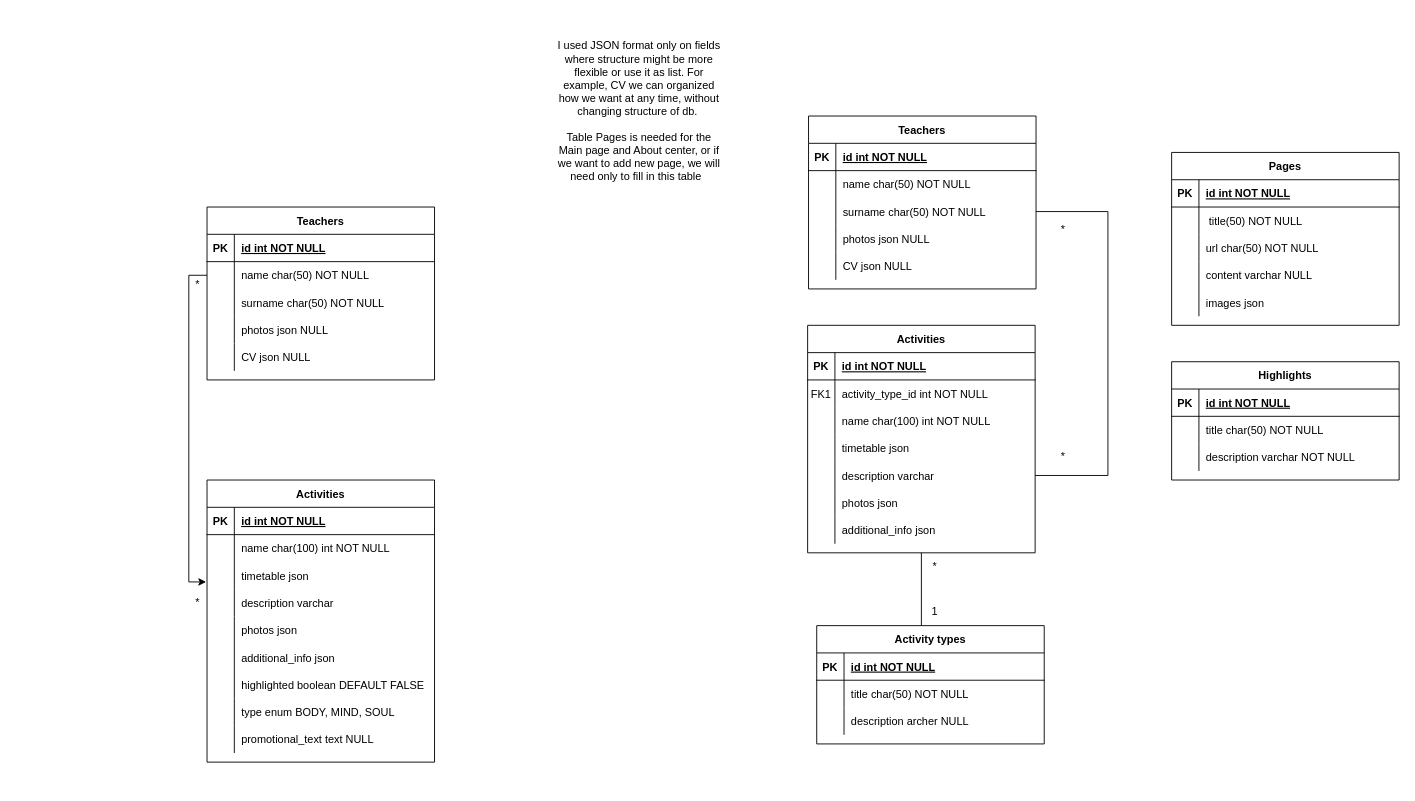
NakatoTeshika/Hypermedia-ERD keeps this draw.io diagram as Updated ERD.drawio. Above is the earlier version. Source tidied: cells renumbered, new cells numbered last; positions are measured from the earlier drawing's top-left corner, leaving out a move shared by most shapes. Both pictures are drawn from the tidied source at 91%, with x=0, y=0 at pixel (170, 15).
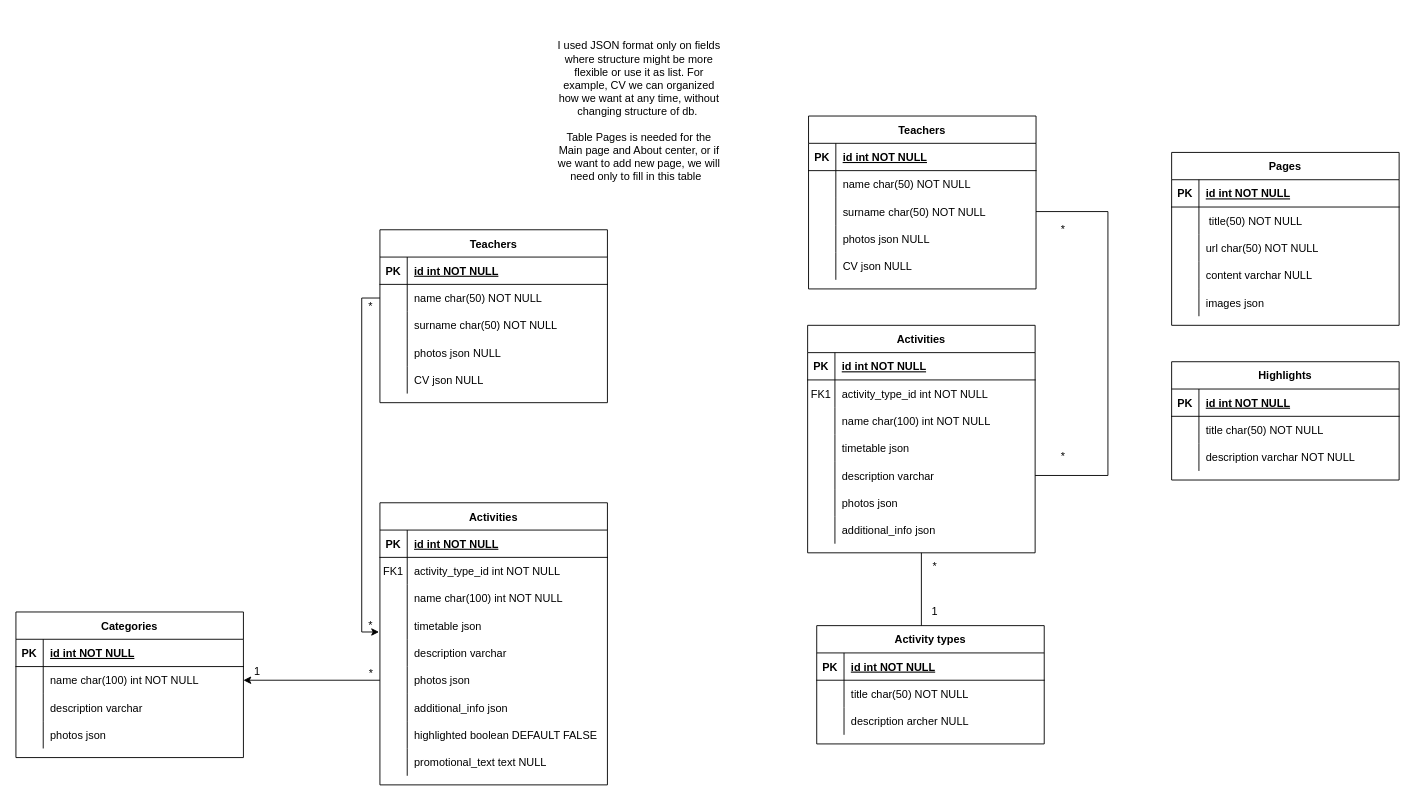
The same diagram, later.

Commit message:
Added category table

Change to the diagram source:
```diff
@@
     <mxCell id="83" value="Activities" style="shape=table;startSize=30;childLayout=tableLayout;rowLines=0;fontStyle=1;align=center;" parent="1" vertex="1">
-      <mxGeometry x="40" y="510" width="250" height="310" as="geometry" />
+      <mxGeometry x="230" y="535" width="250" height="310" as="geometry" />
     </mxCell>
@@
+    <mxCell id="130" style="shape=partialRectangle;fillColor=none;top=0;left=0;right=0;bottom=0;" parent="83" vertex="1">
+      <mxGeometry y="60" width="250" height="30" as="geometry" />
+    </mxCell>
+    <mxCell id="131" value="FK1" style="shape=partialRectangle;overflow=hidden;fillColor=none;top=0;left=0;bottom=0;right=0;" parent="130" vertex="1">
+      <mxGeometry width="30" height="30" as="geometry" />
+    </mxCell>
+    <mxCell id="132" value="activity_type_id int NOT NULL" style="shape=partialRectangle;overflow=hidden;fillColor=none;top=0;left=0;bottom=0;right=0;align=left;spacingLeft=6;" parent="130" vertex="1">
+      <mxGeometry x="30" width="220" height="30" as="geometry" />
+    </mxCell>
     <mxCell id="87" style="shape=partialRectangle;fillColor=none;top=0;left=0;right=0;bottom=0;" parent="83" vertex="1">
-      <mxGeometry y="60" width="250" height="30" as="geometry" />
+      <mxGeometry y="90" width="250" height="30" as="geometry" />
     </mxCell>
@@
     <mxCell id="90" style="shape=partialRectangle;fillColor=none;points=[[0,0.5],[1,0.5]];portConstraint=eastwest;top=0;left=0;right=0;bottom=0;" parent="83" vertex="1">
-      <mxGeometry y="90" width="250" height="30" as="geometry" />
+      <mxGeometry y="120" width="250" height="30" as="geometry" />
     </mxCell>
@@
     <mxCell id="93" style="shape=partialRectangle;fillColor=none;top=0;left=0;right=0;bottom=0;" parent="83" vertex="1">
-      <mxGeometry y="120" width="250" height="30" as="geometry" />
+      <mxGeometry y="150" width="250" height="30" as="geometry" />
     </mxCell>
@@
     <mxCell id="96" style="shape=partialRectangle;fillColor=none;points=[[0,0.5],[1,0.5]];portConstraint=eastwest;top=0;left=0;right=0;bottom=0;" parent="83" vertex="1">
-      <mxGeometry y="150" width="250" height="30" as="geometry" />
+      <mxGeometry y="180" width="250" height="30" as="geometry" />
     </mxCell>
@@
     <mxCell id="99" style="shape=partialRectangle;fillColor=none;top=0;left=0;right=0;bottom=0;" parent="83" vertex="1">
-      <mxGeometry y="180" width="250" height="30" as="geometry" />
+      <mxGeometry y="210" width="250" height="30" as="geometry" />
     </mxCell>
@@
     <mxCell id="102" style="shape=partialRectangle;fillColor=none;top=0;left=0;right=0;bottom=0;" parent="83" vertex="1">
-      <mxGeometry y="210" width="250" height="30" as="geometry" />
+      <mxGeometry y="240" width="250" height="30" as="geometry" />
     </mxCell>
@@
-    <mxCell id="105" style="shape=partialRectangle;fillColor=none;top=0;left=0;right=0;bottom=0;" parent="83" vertex="1">
-      <mxGeometry y="240" width="250" height="30" as="geometry" />
-    </mxCell>
-    <mxCell id="106" style="shape=partialRectangle;overflow=hidden;fillColor=none;top=0;left=0;bottom=0;right=0;" parent="105" vertex="1">
-      <mxGeometry width="30" height="30" as="geometry" />
-    </mxCell>
-    <mxCell id="107" value="type enum BODY, MIND, SOUL" style="shape=partialRectangle;overflow=hidden;fillColor=none;top=0;left=0;bottom=0;right=0;align=left;spacingLeft=6;" parent="105" vertex="1">
-      <mxGeometry x="30" width="220" height="30" as="geometry" />
-    </mxCell>
@@
     <mxCell id="111" value="Teachers" style="shape=table;startSize=30;childLayout=tableLayout;rowLines=0;fontStyle=1;align=center;" parent="1" vertex="1">
-      <mxGeometry x="40" y="210" width="250" height="190" as="geometry" />
+      <mxGeometry x="230" y="235" width="250" height="190" as="geometry" />
     </mxCell>
@@
     <mxCell id="127" value="*" style="text;html=1;align=center;verticalAlign=middle;whiteSpace=wrap;rounded=0;" parent="1" vertex="1">
-      <mxGeometry y="280" width="60" height="30" as="geometry" />
+      <mxGeometry x="190" y="305" width="60" height="30" as="geometry" />
     </mxCell>
     <mxCell id="128" value="*" style="text;html=1;align=center;verticalAlign=middle;whiteSpace=wrap;rounded=0;" parent="1" vertex="1">
-      <mxGeometry y="630" width="60" height="30" as="geometry" />
+      <mxGeometry x="190" y="655" width="60" height="30" as="geometry" />
     </mxCell>
@@
+    <mxCell id="133" value="Categories" style="shape=table;startSize=30;childLayout=tableLayout;rowLines=0;fontStyle=1;align=center;" parent="1" vertex="1">
+      <mxGeometry x="-170" y="655" width="250" height="160" as="geometry" />
+    </mxCell>
+    <mxCell id="134" style="shape=partialRectangle;fillColor=none;top=0;left=0;right=0;bottom=1;" parent="133" vertex="1">
+      <mxGeometry y="30" width="250" height="30" as="geometry" />
+    </mxCell>
+    <mxCell id="135" value="PK" style="shape=partialRectangle;overflow=hidden;fillColor=none;top=0;left=0;bottom=0;right=0;fontStyle=1;" parent="134" vertex="1">
+      <mxGeometry width="30" height="30" as="geometry" />
+    </mxCell>
+    <mxCell id="136" value="id int NOT NULL " style="shape=partialRectangle;overflow=hidden;fillColor=none;top=0;left=0;bottom=0;right=0;align=left;spacingLeft=6;fontStyle=5;" parent="134" vertex="1">
+      <mxGeometry x="30" width="220" height="30" as="geometry" />
+    </mxCell>
+    <mxCell id="137" style="shape=partialRectangle;fillColor=none;points=[[0,0.5],[1,0.5]];portConstraint=eastwest;top=0;left=0;right=0;bottom=0;" parent="133" vertex="1">
+      <mxGeometry y="60" width="250" height="30" as="geometry" />
+    </mxCell>
+    <mxCell id="138" style="shape=partialRectangle;overflow=hidden;fillColor=none;top=0;left=0;bottom=0;right=0;" parent="137" vertex="1">
+      <mxGeometry width="30" height="30" as="geometry" />
+    </mxCell>
+    <mxCell id="139" value="name char(100) int NOT NULL" style="shape=partialRectangle;overflow=hidden;fillColor=none;top=0;left=0;bottom=0;right=0;align=left;spacingLeft=6;" parent="137" vertex="1">
+      <mxGeometry x="30" width="220" height="30" as="geometry" />
+    </mxCell>
+    <mxCell id="140" style="shape=partialRectangle;fillColor=none;top=0;left=0;right=0;bottom=0;" parent="133" vertex="1">
+      <mxGeometry y="90" width="250" height="30" as="geometry" />
+    </mxCell>
+    <mxCell id="141" style="shape=partialRectangle;overflow=hidden;fillColor=none;top=0;left=0;bottom=0;right=0;" parent="140" vertex="1">
+      <mxGeometry width="30" height="30" as="geometry" />
+    </mxCell>
+    <mxCell id="142" value="description varchar" style="shape=partialRectangle;overflow=hidden;fillColor=none;top=0;left=0;bottom=0;right=0;align=left;spacingLeft=6;" parent="140" vertex="1">
+      <mxGeometry x="30" width="220" height="30" as="geometry" />
+    </mxCell>
+    <mxCell id="143" style="shape=partialRectangle;fillColor=none;top=0;left=0;right=0;bottom=0;" parent="133" vertex="1">
+      <mxGeometry y="120" width="250" height="30" as="geometry" />
+    </mxCell>
+    <mxCell id="144" style="shape=partialRectangle;overflow=hidden;fillColor=none;top=0;left=0;bottom=0;right=0;" parent="143" vertex="1">
+      <mxGeometry width="30" height="30" as="geometry" />
+    </mxCell>
+    <mxCell id="145" value="photos json" style="shape=partialRectangle;overflow=hidden;fillColor=none;top=0;left=0;bottom=0;right=0;align=left;spacingLeft=6;" parent="143" vertex="1">
+      <mxGeometry x="30" width="220" height="30" as="geometry" />
+    </mxCell>
+    <mxCell id="146" style="edgeStyle=orthogonalEdgeStyle;rounded=0;jettySize=auto;html=1;exitX=0;exitY=0.5;exitDx=0;exitDy=0;entryX=1;entryY=0.5;entryDx=0;entryDy=0;" parent="1" edge="1" source="96" target="137">
+      <mxGeometry relative="1" as="geometry" />
+    </mxCell>
+    <mxCell id="147" value="*" style="text;html=1;align=center;verticalAlign=middle;strokeColor=none;fillColor=none;" parent="1" vertex="1">
+      <mxGeometry x="205" y="708" width="30" height="30" as="geometry" />
+    </mxCell>
+    <mxCell id="148" value="1" style="text;html=1;align=center;verticalAlign=middle;strokeColor=none;fillColor=none;" parent="1" vertex="1">
+      <mxGeometry x="80" y="706" width="30" height="30" as="geometry" />
+    </mxCell>
```
